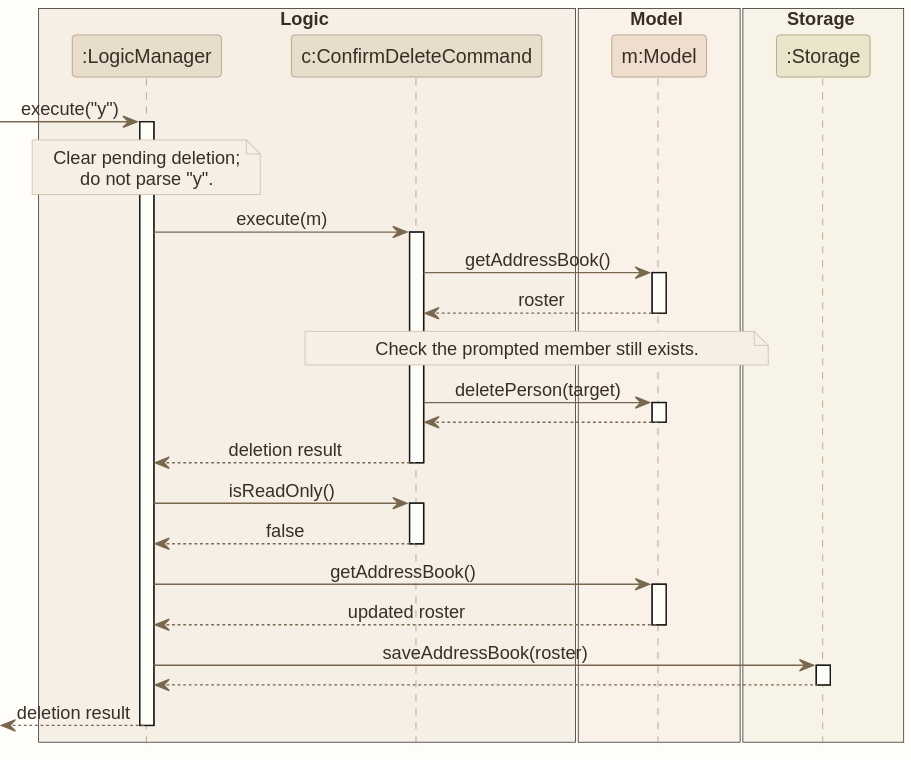
Earlier version of the PlantUML export docs/images/ConfirmDeleteSequenceDiagram.svg (AY2627S1-CS2103T-W12-1/tp).
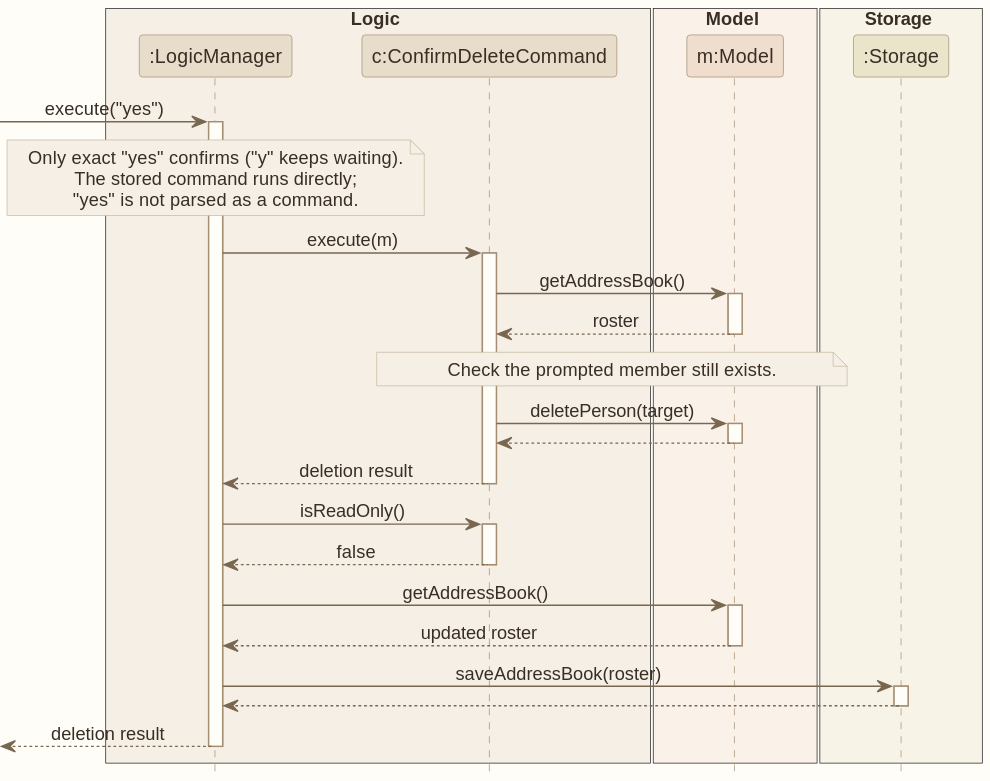
The same file after the commit.

What changed in the source:
```diff
@@ -13,11 +13,12 @@
 participant ":Storage" as Storage STORAGE_COLOR
 end box
 
-[-> Logic : execute("y")
+[-> Logic : execute("yes")
 activate Logic
 note over Logic
-Clear pending deletion;
-do not parse "y".
+Only exact "yes" confirms ("y" keeps waiting).
+The stored command runs directly;
+"yes" is not parsed as a command.
 end note
 Logic -> Command : execute(m)
 activate Command
```
